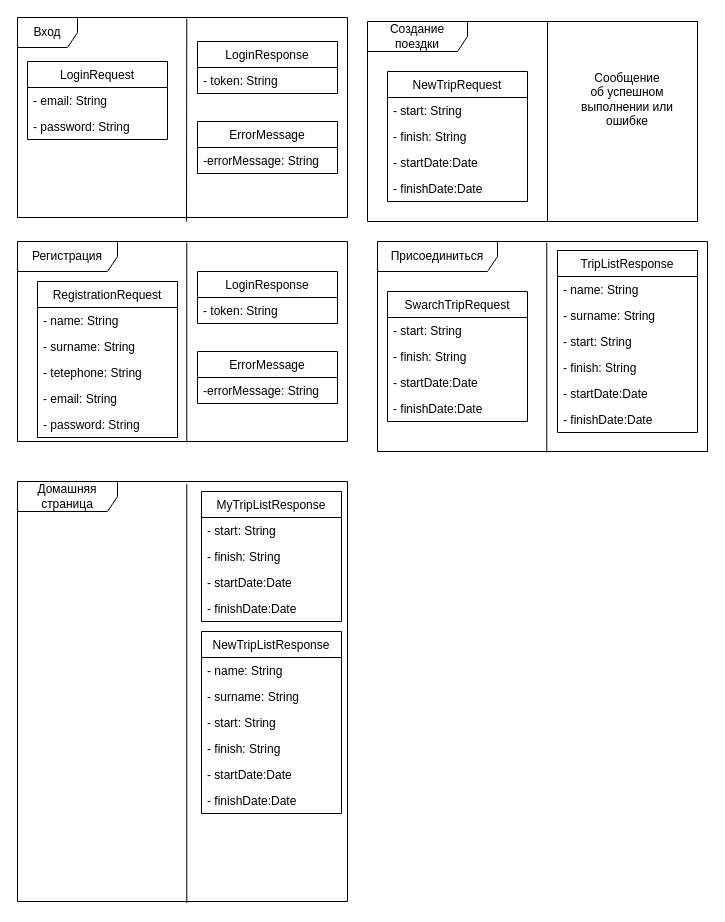
This is Docs/данные.drawio from AlisaBugaeva/Poputchiki, a draw.io file, before an edit. Source tidied: cells renumbered, new cells numbered last; positions are measured from the earlier drawing's top-left corner, leaving out a move shared by most shapes. Both pictures are drawn from the tidied source at 100%, with x=0, y=0 at pixel (17, 17).
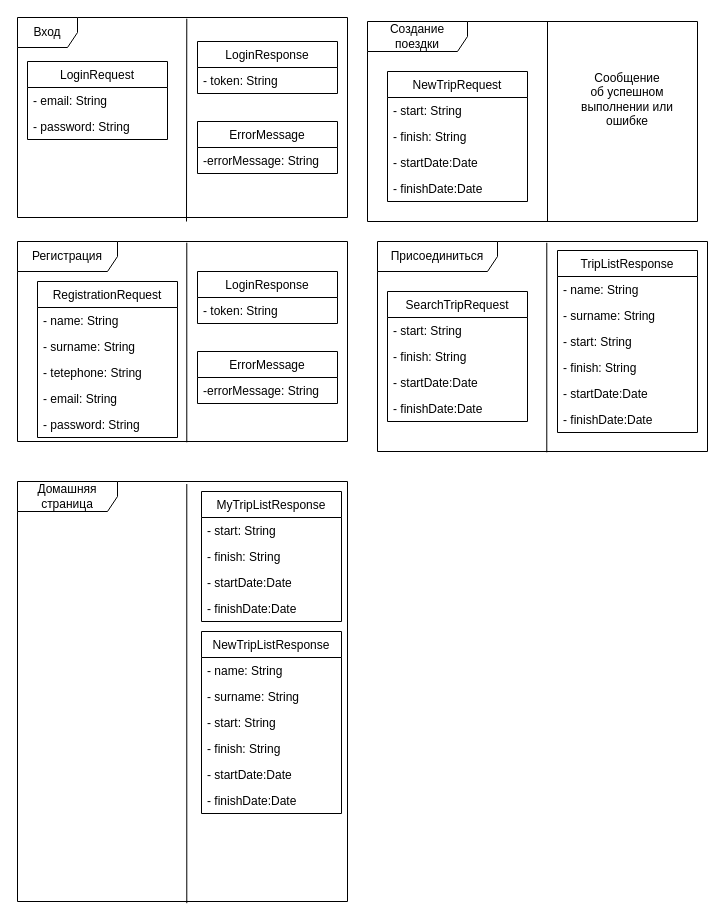
Above is the later version.

The edit, as a diff of the source:
```diff
@@
-    <mxCell id="38" value="SwarchTripRequest" style="swimlane;fontStyle=0;horizontal=1;startSize=26;fillColor=none;" parent="1" vertex="1">
+    <mxCell id="38" value="SearchTripRequest" style="swimlane;fontStyle=0;horizontal=1;startSize=26;fillColor=none;" parent="1" vertex="1">
       <mxGeometry x="370" y="274" width="140" height="130" as="geometry" />
     </mxCell>
```
